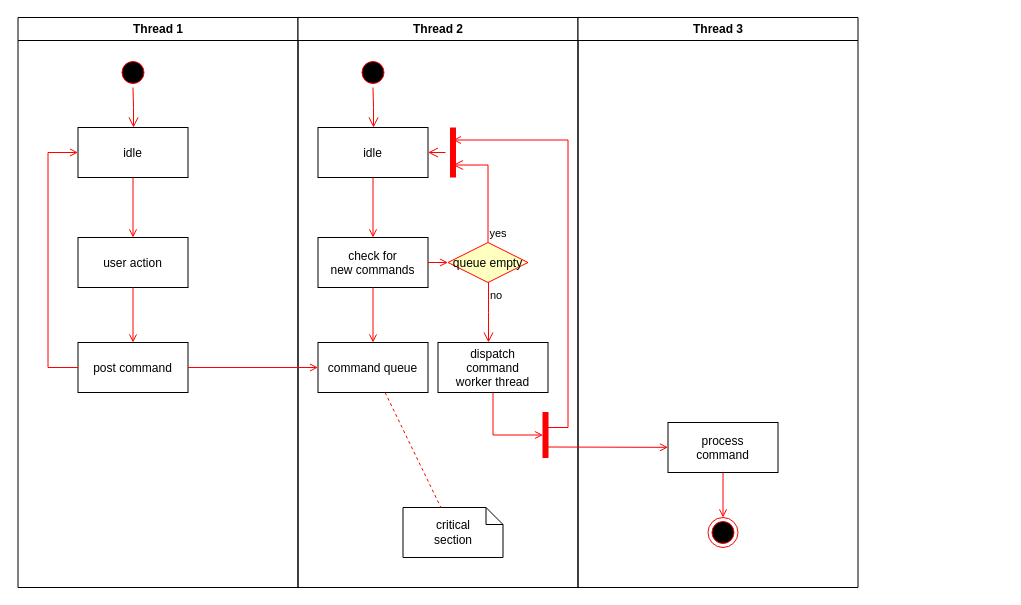
This is MovieHire.drawio from marioBdev/CCT_HireMovie, a draw.io file, before an edit. Source tidied: cells renumbered, new cells numbered last; positions are measured from the earlier drawing's top-left corner, leaving out a move shared by most shapes. Both pictures are drawn from the tidied source at 100%, with x=0, y=0 at pixel (17, 17).
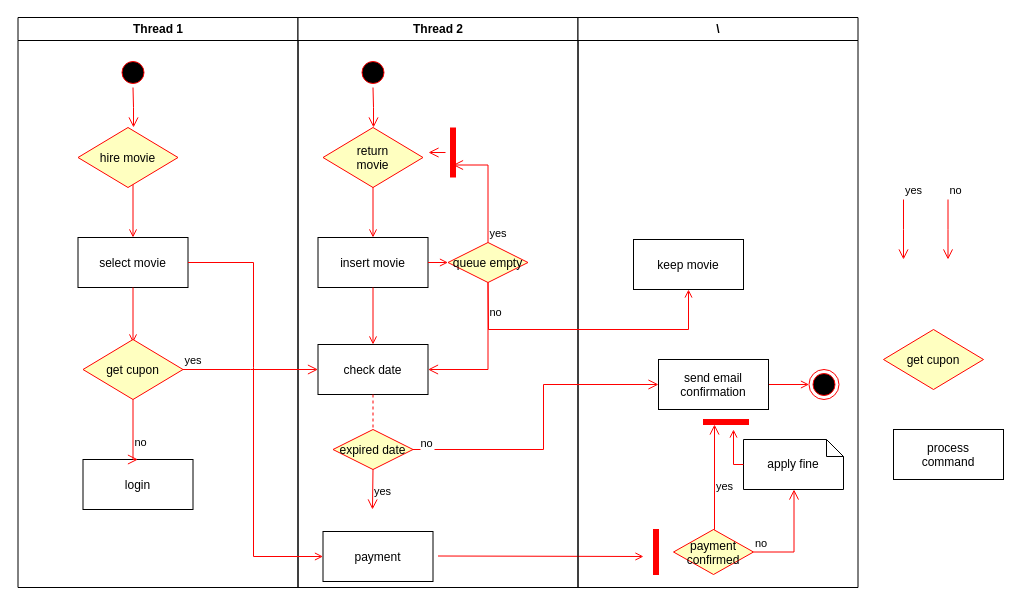
Above is the later version.

The change refers to these unchanged cells:
```xml
<mxCell id="2" value="Thread 1" style="swimlane;whiteSpace=wrap;" parent="1" vertex="1">
  <mxGeometry x="0.5" width="280" height="570" as="geometry" />
</mxCell>
<mxCell id="3" style="ellipse;shape=startState;fillColor=#000000;strokeColor=#ff0000;" parent="2" vertex="1">
  <mxGeometry x="100" y="40" width="30" height="30" as="geometry" />
</mxCell>
<mxCell id="11" value="Thread 2" style="swimlane;whiteSpace=wrap;" parent="1" vertex="1">
  <mxGeometry x="280.5" width="280" height="570" as="geometry" />
</mxCell>
<mxCell id="12" style="ellipse;shape=startState;fillColor=#000000;strokeColor=#ff0000;" parent="11" vertex="1">
  <mxGeometry x="60" y="40" width="30" height="30" as="geometry" />
</mxCell>
<mxCell id="19" value="queue empty" style="rhombus;fillColor=#ffffc0;strokeColor=#ff0000;" parent="11" vertex="1">
  <mxGeometry x="150" y="225" width="80" height="40" as="geometry" />
</mxCell>
<mxCell id="23" style="shape=line;strokeWidth=6;strokeColor=#ff0000;rotation=90;" parent="11" vertex="1">
  <mxGeometry x="130" y="127.5" width="50" height="15" as="geometry" />
</mxCell>
```

What changed in the source:
```diff
@@
-    <mxCell id="4" style="edgeStyle=elbowEdgeStyle;elbow=horizontal;verticalAlign=bottom;endArrow=open;endSize=8;strokeColor=#FF0000;endFill=1;rounded=0;" parent="2" edge="1" source="3" target="5">
-      <mxGeometry x="100" y="40" as="geometry" />
+    <mxCell id="4" style="edgeStyle=elbowEdgeStyle;elbow=horizontal;verticalAlign=bottom;endArrow=open;endSize=8;strokeColor=#FF0000;endFill=1;rounded=0;" parent="2" edge="1" source="3">
+      <mxGeometry x="100" y="40" as="geometry">
+        <mxPoint x="115.5" y="110" as="targetPoint" />
+      </mxGeometry>
     </mxCell>
-    <mxCell id="5" value="idle" parent="2" vertex="1">
-      <mxGeometry x="60" y="110" width="110" height="50" as="geometry" />
-    </mxCell>
-    <mxCell id="6" value="user action" parent="2" vertex="1">
+    <mxCell id="6" value="select movie" parent="2" vertex="1">
       <mxGeometry x="60" y="220" width="110" height="50" as="geometry" />
     </mxCell>
-    <mxCell id="7" style="endArrow=open;strokeColor=#FF0000;endFill=1;rounded=0;" parent="2" edge="1" source="5" target="6">
-      <mxGeometry relative="1" as="geometry" />
+    <mxCell id="7" style="endArrow=open;strokeColor=#FF0000;endFill=1;rounded=0;" parent="2" edge="1" target="6">
+      <mxGeometry relative="1" as="geometry">
+        <mxPoint x="115" y="160" as="sourcePoint" />
+      </mxGeometry>
     </mxCell>
-    <mxCell id="8" value="post command" parent="2" vertex="1">
-      <mxGeometry x="60" y="325" width="110" height="50" as="geometry" />
-    </mxCell>
-    <mxCell id="9" style="endArrow=open;strokeColor=#FF0000;endFill=1;rounded=0;" parent="2" edge="1" source="6" target="8">
-      <mxGeometry relative="1" as="geometry" />
+    <mxCell id="9" style="endArrow=open;strokeColor=#FF0000;endFill=1;rounded=0;" parent="2" edge="1" source="6">
+      <mxGeometry relative="1" as="geometry">
+        <mxPoint x="115" y="325" as="targetPoint" />
+      </mxGeometry>
     </mxCell>
-    <mxCell id="10" style="edgeStyle=elbowEdgeStyle;elbow=horizontal;strokeColor=#FF0000;endArrow=open;endFill=1;rounded=0;" parent="2" edge="1" source="8" target="5">
-      <mxGeometry relative="1" as="geometry">
-        <Array as="points">
-          <mxPoint x="30" y="250" />
-        </Array>
-      </mxGeometry>
-    </mxCell>
+    <mxCell id="37" value="hire movie" style="rhombus;fillColor=#ffffc0;strokeColor=#ff0000;" parent="2" vertex="1">
+      <mxGeometry x="60" y="110" width="100" height="60" as="geometry" />
+    </mxCell>
+    <mxCell id="38" value="get cupon" style="rhombus;fillColor=#ffffc0;strokeColor=#ff0000;" parent="2" vertex="1">
+      <mxGeometry x="65" y="322" width="100" height="60" as="geometry" />
+    </mxCell>
+    <mxCell id="39" value="login" parent="2" vertex="1">
+      <mxGeometry x="65" y="442" width="110" height="50" as="geometry" />
+    </mxCell>
+    <mxCell id="40" value="no" style="edgeStyle=elbowEdgeStyle;elbow=horizontal;align=left;verticalAlign=top;endArrow=open;endSize=8;strokeColor=#FF0000;endFill=1;rounded=0;entryX=0.5;entryY=0;entryDx=0;entryDy=0;exitX=0.5;exitY=1;exitDx=0;exitDy=0;" parent="2" edge="1" source="38" target="39">
+      <mxGeometry x="-0.08" relative="1" as="geometry">
+        <Array as="points">
+          <mxPoint x="115" y="412" />
+        </Array>
+      </mxGeometry>
+    </mxCell>
@@
-    <mxCell id="13" style="edgeStyle=elbowEdgeStyle;elbow=horizontal;verticalAlign=bottom;endArrow=open;endSize=8;strokeColor=#FF0000;endFill=1;rounded=0;" parent="11" edge="1" source="12" target="14">
-      <mxGeometry x="40" y="20" as="geometry" />
+    <mxCell id="13" style="edgeStyle=elbowEdgeStyle;elbow=horizontal;verticalAlign=bottom;endArrow=open;endSize=8;strokeColor=#FF0000;endFill=1;rounded=0;" parent="11" edge="1" source="12">
+      <mxGeometry x="40" y="20" as="geometry">
+        <mxPoint x="75.5" y="110" as="targetPoint" />
+      </mxGeometry>
     </mxCell>
-    <mxCell id="14" value="idle" parent="11" vertex="1">
-      <mxGeometry x="20" y="110" width="110" height="50" as="geometry" />
-    </mxCell>
-    <mxCell id="15" value="check for &#10;new commands" parent="11" vertex="1">
+    <mxCell id="15" value="insert movie" parent="11" vertex="1">
       <mxGeometry x="20" y="220" width="110" height="50" as="geometry" />
     </mxCell>
-    <mxCell id="16" style="endArrow=open;strokeColor=#FF0000;endFill=1;rounded=0;" parent="11" edge="1" source="14" target="15">
-      <mxGeometry relative="1" as="geometry" />
+    <mxCell id="16" style="endArrow=open;strokeColor=#FF0000;endFill=1;rounded=0;" parent="11" edge="1" target="15">
+      <mxGeometry relative="1" as="geometry">
+        <mxPoint x="75" y="160" as="sourcePoint" />
+      </mxGeometry>
     </mxCell>
-    <mxCell id="17" value="command queue" parent="11" vertex="1">
-      <mxGeometry x="20" y="325" width="110" height="50" as="geometry" />
+    <mxCell id="17" value="check date" parent="11" vertex="1">
+      <mxGeometry x="20" y="327" width="110" height="50" as="geometry" />
     </mxCell>
@@
-    <mxCell id="21" value="no" style="edgeStyle=elbowEdgeStyle;elbow=horizontal;align=left;verticalAlign=top;endArrow=open;endSize=8;strokeColor=#FF0000;endFill=1;rounded=0;" parent="11" edge="1" source="19" target="25">
-      <mxGeometry x="-1" relative="1" as="geometry" />
+    <mxCell id="21" value="no" style="edgeStyle=elbowEdgeStyle;elbow=horizontal;align=left;verticalAlign=top;endArrow=open;endSize=8;strokeColor=#FF0000;endFill=1;rounded=0;entryX=1;entryY=0.5;entryDx=0;entryDy=0;exitX=0.5;exitY=1;exitDx=0;exitDy=0;" parent="11" edge="1" source="19" target="17">
+      <mxGeometry x="-0.77" relative="1" as="geometry">
+        <Array as="points">
+          <mxPoint x="190" y="312" />
+        </Array>
+      </mxGeometry>
     </mxCell>
@@
-    <mxCell id="24" style="edgeStyle=elbowEdgeStyle;elbow=horizontal;verticalAlign=bottom;endArrow=open;endSize=8;strokeColor=#FF0000;endFill=1;rounded=0;" parent="11" edge="1" source="23" target="14">
-      <mxGeometry x="130" y="90" as="geometry" />
+    <mxCell id="24" style="edgeStyle=elbowEdgeStyle;elbow=horizontal;verticalAlign=bottom;endArrow=open;endSize=8;strokeColor=#FF0000;endFill=1;rounded=0;" parent="11" edge="1" source="23">
+      <mxGeometry x="130" y="90" as="geometry">
+        <mxPoint x="130" y="135" as="targetPoint" />
+      </mxGeometry>
     </mxCell>
-    <mxCell id="25" value="dispatch&#10;command&#10;worker thread" parent="11" vertex="1">
-      <mxGeometry x="140" y="325" width="110" height="50" as="geometry" />
-    </mxCell>
-    <mxCell id="26" value="critical&#10;section" style="shape=note;whiteSpace=wrap;size=17;" parent="11" vertex="1">
-      <mxGeometry x="105" y="490" width="100" height="50" as="geometry" />
-    </mxCell>
-    <mxCell id="27" style="endArrow=none;strokeColor=#FF0000;endFill=0;rounded=0;dashed=1;" parent="11" edge="1" source="17" target="26">
+    <mxCell id="27" style="endArrow=none;strokeColor=#FF0000;endFill=0;rounded=0;dashed=1;" parent="11" edge="1" source="17" target="42">
       <mxGeometry relative="1" as="geometry" />
     </mxCell>
-    <mxCell id="28" style="whiteSpace=wrap;strokeColor=#FF0000;fillColor=#FF0000;" parent="11" vertex="1">
-      <mxGeometry x="245" y="395" width="5" height="45" as="geometry" />
-    </mxCell>
-    <mxCell id="29" style="edgeStyle=elbowEdgeStyle;elbow=horizontal;entryX=0;entryY=0.5;strokeColor=#FF0000;endArrow=open;endFill=1;rounded=0;" parent="11" edge="1" source="25" target="28">
-      <mxGeometry relative="1" as="geometry">
-        <Array as="points">
-          <mxPoint x="195" y="400" />
-        </Array>
-      </mxGeometry>
-    </mxCell>
+    <mxCell id="41" value="return&#10;movie" style="rhombus;fillColor=#ffffc0;strokeColor=#ff0000;" parent="11" vertex="1">
+      <mxGeometry x="25" y="110" width="100" height="60" as="geometry" />
+    </mxCell>
+    <mxCell id="42" value="expired date" style="rhombus;fillColor=#ffffc0;strokeColor=#ff0000;" parent="11" vertex="1">
+      <mxGeometry x="35" y="412" width="80" height="40" as="geometry" />
+    </mxCell>
+    <mxCell id="43" value="payment" parent="11" vertex="1">
+      <mxGeometry x="25" y="514" width="110" height="50" as="geometry" />
+    </mxCell>
+    <mxCell id="44" style="endArrow=open;strokeColor=#FF0000;endFill=1;rounded=0;" parent="11" edge="1">
+      <mxGeometry relative="1" as="geometry">
+        <mxPoint x="140" y="538.5" as="sourcePoint" />
+        <mxPoint x="345.5" y="539" as="targetPoint" />
+      </mxGeometry>
+    </mxCell>
+    <mxCell id="45" value="yes" style="edgeStyle=elbowEdgeStyle;elbow=horizontal;align=left;verticalAlign=bottom;endArrow=open;endSize=8;strokeColor=#FF0000;endFill=1;rounded=0;exitX=0.5;exitY=1;exitDx=0;exitDy=0;" parent="11" edge="1" source="42">
+      <mxGeometry x="0.51" relative="1" as="geometry">
+        <mxPoint x="74.5" y="492" as="targetPoint" />
+        <Array as="points">
+          <mxPoint x="74.5" y="492" />
+        </Array>
+      </mxGeometry>
+    </mxCell>
-    <mxCell id="30" value="Thread 3" style="swimlane;whiteSpace=wrap;" parent="1" vertex="1">
+    <mxCell id="30" value="\" style="swimlane;whiteSpace=wrap;" parent="1" vertex="1">
       <mxGeometry x="560.5" width="280" height="570" as="geometry" />
     </mxCell>
-    <mxCell id="31" value="process&#10;command" parent="30" vertex="1">
-      <mxGeometry x="90" y="405" width="110" height="50" as="geometry" />
-    </mxCell>
-    <mxCell id="32" style="edgeStyle=elbowEdgeStyle;elbow=horizontal;strokeColor=#FF0000;endArrow=open;endFill=1;rounded=0;entryX=0.25;entryY=0.5;entryPerimeter=0;" parent="30" edge="1" target="23">
-      <mxGeometry relative="1" as="geometry">
-        <mxPoint x="-30" y="410" as="sourcePoint" />
-        <Array as="points">
-          <mxPoint x="-10" y="135" />
-        </Array>
-      </mxGeometry>
-    </mxCell>
-    <mxCell id="33" style="edgeStyle=none;strokeColor=#FF0000;endArrow=open;endFill=1;rounded=0;" parent="30" edge="1" target="31">
-      <mxGeometry relative="1" as="geometry">
-        <mxPoint x="-30" y="429.5" as="sourcePoint" />
-      </mxGeometry>
-    </mxCell>
     <mxCell id="34" style="ellipse;shape=endState;fillColor=#000000;strokeColor=#ff0000;" parent="30" vertex="1">
-      <mxGeometry x="130" y="500" width="30" height="30" as="geometry" />
+      <mxGeometry x="231" y="352" width="30" height="30" as="geometry" />
     </mxCell>
@@
+    <mxCell id="46" value="payment&#10;confirmed" style="rhombus;fillColor=#ffffc0;strokeColor=#ff0000;" parent="30" vertex="1">
+      <mxGeometry x="95.5" y="512" width="80" height="45" as="geometry" />
+    </mxCell>
+    <mxCell id="47" style="whiteSpace=wrap;strokeColor=#FF0000;fillColor=#FF0000;" parent="30" vertex="1">
+      <mxGeometry x="75.5" y="512" width="5" height="45" as="geometry" />
+    </mxCell>
+    <mxCell id="48" value="keep movie" parent="30" vertex="1">
+      <mxGeometry x="55.5" y="222" width="110" height="50" as="geometry" />
+    </mxCell>
+    <mxCell id="31" value="send email&#10;confirmation" parent="30" vertex="1">
+      <mxGeometry x="80.5" y="342" width="110" height="50" as="geometry" />
+    </mxCell>
+    <mxCell id="49" value="yes" style="edgeStyle=elbowEdgeStyle;elbow=horizontal;align=left;verticalAlign=bottom;endArrow=open;endSize=8;strokeColor=#FF0000;endFill=1;rounded=0;exitX=0.5;exitY=0;exitDx=0;exitDy=0;entryX=0;entryY=0.25;entryDx=0;entryDy=0;" parent="30" edge="1" source="46" target="51">
+      <mxGeometry x="-0.33" relative="1" as="geometry">
+        <mxPoint y="1" as="offset" />
+      </mxGeometry>
+    </mxCell>
+    <mxCell id="26" value="apply fine" style="shape=note;whiteSpace=wrap;size=17;" parent="30" vertex="1">
+      <mxGeometry x="165.5" y="422" width="100" height="50" as="geometry" />
+    </mxCell>
+    <mxCell id="50" value="no" style="edgeStyle=elbowEdgeStyle;elbow=horizontal;align=left;verticalAlign=bottom;endArrow=open;endSize=8;strokeColor=#FF0000;endFill=1;rounded=0;exitX=1;exitY=0.5;exitDx=0;exitDy=0;entryX=0.5;entryY=1;entryDx=0;entryDy=0;entryPerimeter=0;" parent="30" edge="1" source="46" target="26">
+      <mxGeometry x="-1" relative="1" as="geometry">
+        <Array as="points">
+          <mxPoint x="216" y="512" />
+          <mxPoint x="226" y="362" />
+          <mxPoint x="206" y="342" />
+        </Array>
+      </mxGeometry>
+    </mxCell>
+    <mxCell id="51" style="whiteSpace=wrap;strokeColor=#FF0000;fillColor=#FF0000;rotation=-90;" parent="30" vertex="1">
+      <mxGeometry x="145.5" y="382" width="5" height="45" as="geometry" />
+    </mxCell>
-    <mxCell id="36" style="endArrow=open;strokeColor=#FF0000;endFill=1;rounded=0;" parent="1" edge="1" source="8" target="17">
-      <mxGeometry relative="1" as="geometry" />
+    <mxCell id="36" style="endArrow=open;strokeColor=#FF0000;endFill=1;rounded=0;exitX=1;exitY=0.5;exitDx=0;exitDy=0;entryX=0;entryY=0.5;entryDx=0;entryDy=0;" parent="1" edge="1" source="6" target="43">
+      <mxGeometry relative="1" as="geometry">
+        <Array as="points">
+          <mxPoint x="236" y="245" />
+          <mxPoint x="236" y="350" />
+          <mxPoint x="236" y="539" />
+        </Array>
+      </mxGeometry>
     </mxCell>
+    <mxCell id="52" value="process&#10;command" parent="1" vertex="1">
+      <mxGeometry x="876" y="412" width="110" height="50" as="geometry" />
+    </mxCell>
+    <mxCell id="53" value="get cupon" style="rhombus;fillColor=#ffffc0;strokeColor=#ff0000;" parent="1" vertex="1">
+      <mxGeometry x="866" y="312" width="100" height="60" as="geometry" />
+    </mxCell>
+    <mxCell id="54" value="no" style="edgeStyle=elbowEdgeStyle;elbow=horizontal;align=left;verticalAlign=top;endArrow=open;endSize=8;strokeColor=#FF0000;endFill=1;rounded=0;entryX=0;entryY=0.5;entryDx=0;entryDy=0;exitX=1;exitY=0.5;exitDx=0;exitDy=0;" parent="1" edge="1" source="42" target="31">
+      <mxGeometry x="-1" y="18" relative="1" as="geometry">
+        <Array as="points">
+          <mxPoint x="526" y="432" />
+        </Array>
+        <mxPoint x="6" y="-1" as="offset" />
+      </mxGeometry>
+    </mxCell>
+    <mxCell id="55" value="yes" style="edgeStyle=elbowEdgeStyle;elbow=horizontal;align=left;verticalAlign=bottom;endArrow=open;endSize=8;strokeColor=#FF0000;exitX=1;exitY=0.5;endFill=1;rounded=0;entryX=0;entryY=0.5;exitDx=0;exitDy=0;entryDx=0;entryDy=0;" parent="1" edge="1" source="38" target="17">
+      <mxGeometry x="-1" relative="1" as="geometry" />
+    </mxCell>
+    <mxCell id="56" value="yes" style="edgeStyle=elbowEdgeStyle;elbow=horizontal;align=left;verticalAlign=bottom;endArrow=open;endSize=8;strokeColor=#FF0000;endFill=1;rounded=0;" parent="1" edge="1">
+      <mxGeometry x="-1" relative="1" as="geometry">
+        <mxPoint x="886" y="182" as="sourcePoint" />
+        <mxPoint x="886" y="242" as="targetPoint" />
+        <Array as="points">
+          <mxPoint x="886" y="212" />
+        </Array>
+      </mxGeometry>
+    </mxCell>
+    <mxCell id="57" value="no" style="edgeStyle=elbowEdgeStyle;elbow=horizontal;align=left;verticalAlign=bottom;endArrow=open;endSize=8;strokeColor=#FF0000;endFill=1;rounded=0;" parent="1" edge="1">
+      <mxGeometry x="-1" relative="1" as="geometry">
+        <mxPoint x="930.5" y="182" as="sourcePoint" />
+        <mxPoint x="930.5" y="242" as="targetPoint" />
+        <Array as="points">
+          <mxPoint x="930.5" y="212" />
+        </Array>
+      </mxGeometry>
+    </mxCell>
+    <mxCell id="58" style="endArrow=open;strokeColor=#FF0000;endFill=1;rounded=0;exitX=0.5;exitY=1;exitDx=0;exitDy=0;entryX=0.5;entryY=1;entryDx=0;entryDy=0;" parent="1" edge="1" source="19" target="48">
+      <mxGeometry relative="1" as="geometry">
+        <Array as="points">
+          <mxPoint x="471" y="312" />
+          <mxPoint x="671" y="312" />
+        </Array>
+      </mxGeometry>
+    </mxCell>
+    <mxCell id="59" style="endArrow=open;strokeColor=#FF0000;endFill=1;rounded=0;exitX=0;exitY=0.5;exitDx=0;exitDy=0;exitPerimeter=0;" parent="1" edge="1" source="26">
+      <mxGeometry relative="1" as="geometry">
+        <mxPoint x="716" y="412" as="targetPoint" />
+        <Array as="points">
+          <mxPoint x="716" y="447" />
+        </Array>
+      </mxGeometry>
+    </mxCell>
```
